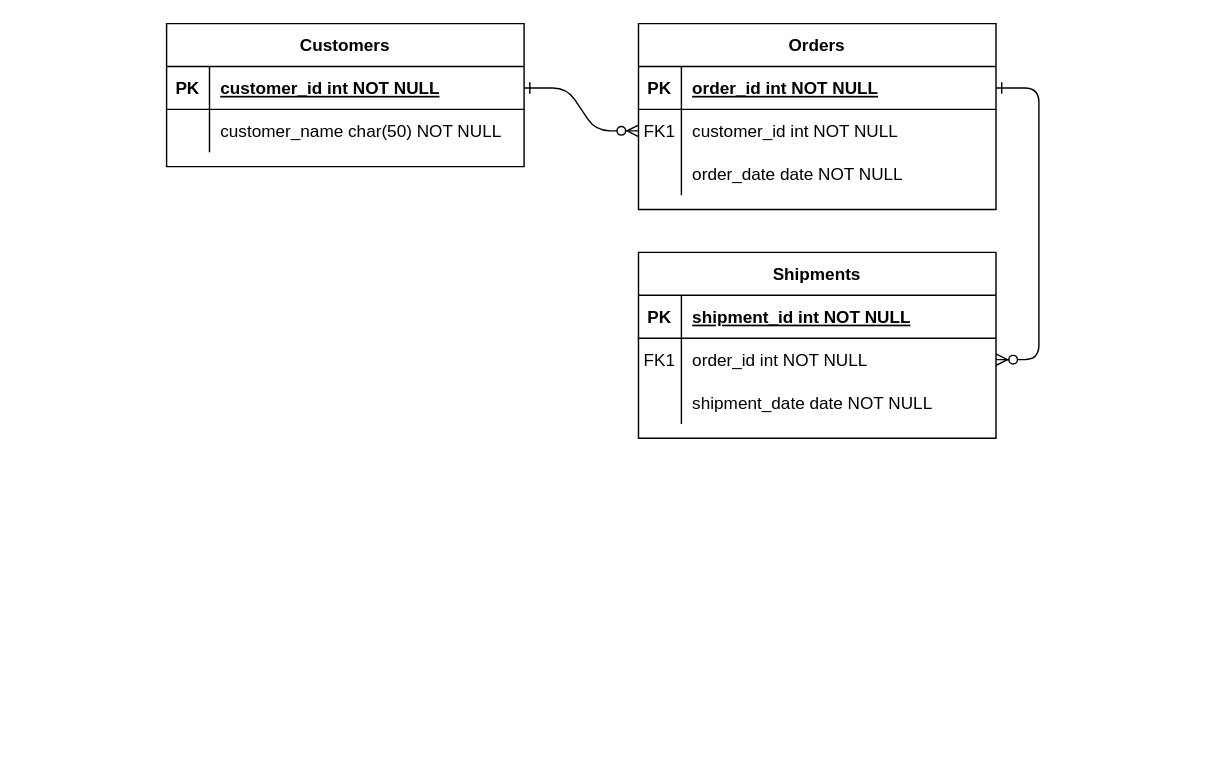
Above: datalogical_model.drawio in Zerumi/bd1_180223_367837 (draw.io), before the change. Source tidied: cells renumbered, new cells numbered last; positions are measured from the earlier drawing's top-left corner, leaving out a move shared by most shapes. Both pictures are drawn from the tidied source at 143%, with x=0, y=0 at pixel (166, 23).
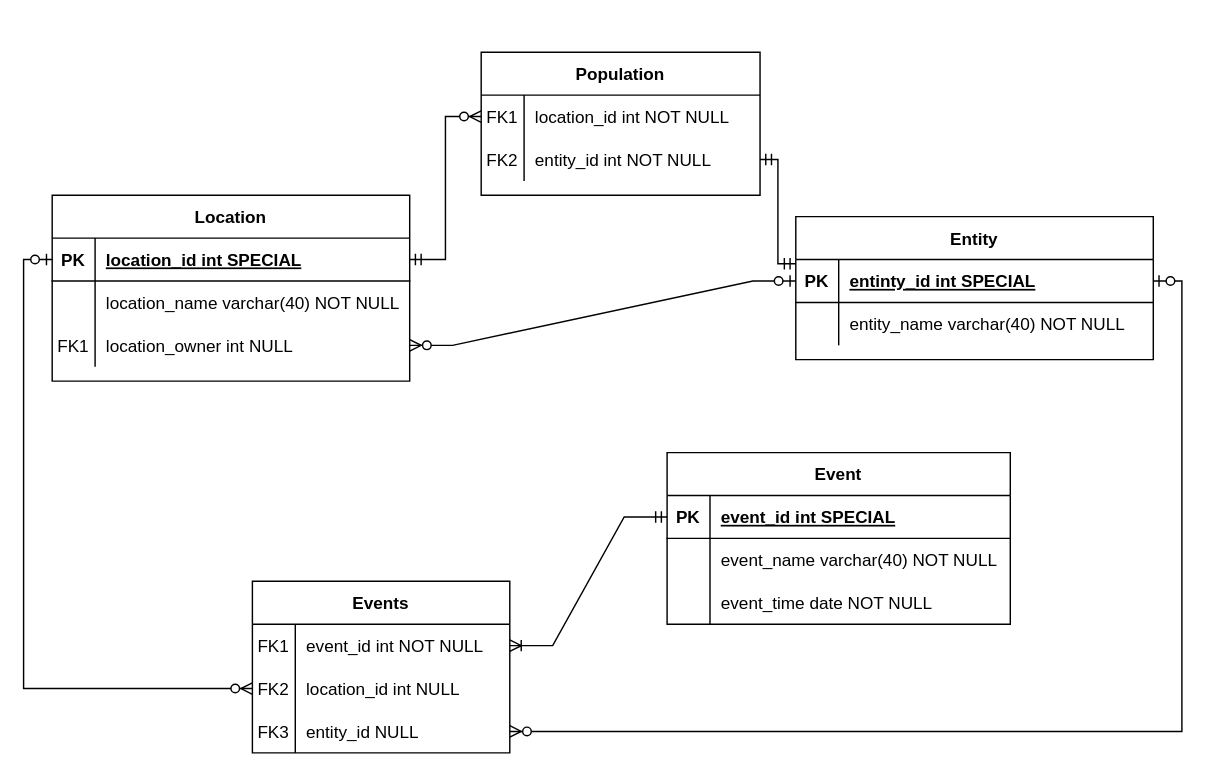
The same page after the edit.

Commit message:
datalogical_model

Unchanged cells that the change refers to:
```xml
<mxCell id="5" style="shape=partialRectangle;fillColor=none;points=[[0,0.5],[1,0.5]];portConstraint=eastwest;top=0;left=0;right=0;bottom=1;" parent="4" vertex="1">
  <mxGeometry y="30" width="250" height="30" as="geometry" />
</mxCell>
<mxCell id="8" style="shape=partialRectangle;fillColor=none;points=[[0,0.5],[1,0.5]];portConstraint=eastwest;top=0;left=0;right=0;bottom=0;" parent="4" vertex="1">
  <mxGeometry y="60" width="250" height="30" as="geometry" />
</mxCell>
<mxCell id="25" style="shape=partialRectangle;fillColor=none;points=[[0,0.5],[1,0.5]];portConstraint=eastwest;top=0;left=0;right=0;bottom=1;" parent="24" vertex="1">
  <mxGeometry y="30" width="250" height="30" as="geometry" />
</mxCell>
<mxCell id="28" style="shape=partialRectangle;fillColor=none;top=0;left=0;right=0;bottom=0;" parent="24" vertex="1">
  <mxGeometry y="60" width="250" height="30" as="geometry" />
</mxCell>
```

Change to the diagram source:
```diff
@@
-    <mxCell id="2" style="edgeStyle=entityRelationEdgeStyle;endArrow=ERzeroToMany;startArrow=ERone;endFill=1;startFill=0;" parent="1" edge="1" source="25" target="8">
-      <mxGeometry relative="1" as="geometry" />
-    </mxCell>
-    <mxCell id="3" style="edgeStyle=entityRelationEdgeStyle;endArrow=ERzeroToMany;startArrow=ERone;endFill=1;startFill=0;" parent="1" edge="1" source="5" target="18">
-      <mxGeometry relative="1" as="geometry" />
-    </mxCell>
-    <mxCell id="4" value="Orders" style="shape=table;startSize=30;childLayout=tableLayout;rowLines=0;fontStyle=1;align=center;" parent="1" vertex="1">
-      <mxGeometry x="330" width="250" height="130" as="geometry" />
+    <mxCell id="4" value="Entity" style="shape=table;startSize=30;childLayout=tableLayout;rowLines=0;fontStyle=1;align=center;" parent="1" vertex="1">
+      <mxGeometry x="440" y="135" width="250" height="100" as="geometry" />
     </mxCell>
@@
-    <mxCell id="7" value="order_id int NOT NULL " style="shape=partialRectangle;overflow=hidden;fillColor=none;top=0;left=0;bottom=0;right=0;align=left;spacingLeft=6;fontStyle=5;" parent="5" vertex="1">
+    <mxCell id="7" value="entinty_id int SPECIAL" style="shape=partialRectangle;overflow=hidden;fillColor=none;top=0;left=0;bottom=0;right=0;align=left;spacingLeft=6;fontStyle=5;" parent="5" vertex="1">
       <mxGeometry x="30" width="220" height="30" as="geometry" />
     </mxCell>
@@
-    <mxCell id="9" value="FK1" style="shape=partialRectangle;overflow=hidden;fillColor=none;top=0;left=0;bottom=0;right=0;" parent="8" vertex="1">
+    <mxCell id="9" style="shape=partialRectangle;overflow=hidden;fillColor=none;top=0;left=0;bottom=0;right=0;" parent="8" vertex="1">
       <mxGeometry width="30" height="30" as="geometry" />
     </mxCell>
-    <mxCell id="10" value="customer_id int NOT NULL" style="shape=partialRectangle;overflow=hidden;fillColor=none;top=0;left=0;bottom=0;right=0;align=left;spacingLeft=6;" parent="8" vertex="1">
+    <mxCell id="10" value="entity_name varchar(40) NOT NULL" style="shape=partialRectangle;overflow=hidden;fillColor=none;top=0;left=0;bottom=0;right=0;align=left;spacingLeft=6;" parent="8" vertex="1">
       <mxGeometry x="30" width="220" height="30" as="geometry" />
     </mxCell>
-    <mxCell id="11" style="shape=partialRectangle;fillColor=none;points=[[0,0.5],[1,0.5]];portConstraint=eastwest;top=0;left=0;right=0;bottom=0;" parent="4" vertex="1">
-      <mxGeometry y="90" width="250" height="30" as="geometry" />
-    </mxCell>
-    <mxCell id="12" style="shape=partialRectangle;overflow=hidden;fillColor=none;top=0;left=0;bottom=0;right=0;" parent="11" vertex="1">
-      <mxGeometry width="30" height="30" as="geometry" />
-    </mxCell>
-    <mxCell id="13" value="order_date date NOT NULL" style="shape=partialRectangle;overflow=hidden;fillColor=none;top=0;left=0;bottom=0;right=0;align=left;spacingLeft=6;" parent="11" vertex="1">
-      <mxGeometry x="30" width="220" height="30" as="geometry" />
-    </mxCell>
-    <mxCell id="14" value="Shipments" style="shape=table;startSize=30;childLayout=tableLayout;rowLines=0;fontStyle=1;align=center;" parent="1" vertex="1">
-      <mxGeometry x="330" y="160" width="250" height="130" as="geometry" />
+    <mxCell id="14" value="Population" style="shape=table;startSize=30;childLayout=tableLayout;rowLines=0;fontStyle=1;align=center;" parent="1" vertex="1">
+      <mxGeometry x="220" y="20" width="195" height="100" as="geometry" />
     </mxCell>
-    <mxCell id="15" style="shape=partialRectangle;fillColor=none;top=0;left=0;right=0;bottom=1;" parent="14" vertex="1">
-      <mxGeometry y="30" width="250" height="30" as="geometry" />
-    </mxCell>
-    <mxCell id="16" value="PK" style="shape=partialRectangle;overflow=hidden;fillColor=none;top=0;left=0;bottom=0;right=0;fontStyle=1;" parent="15" vertex="1">
-      <mxGeometry width="30" height="30" as="geometry" />
-    </mxCell>
-    <mxCell id="17" value="shipment_id int NOT NULL " style="shape=partialRectangle;overflow=hidden;fillColor=none;top=0;left=0;bottom=0;right=0;align=left;spacingLeft=6;fontStyle=5;" parent="15" vertex="1">
-      <mxGeometry x="30" width="220" height="30" as="geometry" />
-    </mxCell>
     <mxCell id="18" style="shape=partialRectangle;fillColor=none;points=[[0,0.5],[1,0.5]];portConstraint=eastwest;top=0;left=0;right=0;bottom=0;" parent="14" vertex="1">
-      <mxGeometry y="60" width="250" height="30" as="geometry" />
+      <mxGeometry y="30" width="195" height="30" as="geometry" />
     </mxCell>
@@
-    <mxCell id="20" value="order_id int NOT NULL" style="shape=partialRectangle;overflow=hidden;fillColor=none;top=0;left=0;bottom=0;right=0;align=left;spacingLeft=6;" parent="18" vertex="1">
-      <mxGeometry x="30" width="220" height="30" as="geometry" />
+    <mxCell id="20" value="location_id int NOT NULL" style="shape=partialRectangle;overflow=hidden;fillColor=none;top=0;left=0;bottom=0;right=0;align=left;spacingLeft=6;" parent="18" vertex="1">
+      <mxGeometry x="30" width="165" height="30" as="geometry" />
     </mxCell>
     <mxCell id="21" style="shape=partialRectangle;fillColor=none;points=[[0,0.5],[1,0.5]];portConstraint=eastwest;top=0;left=0;right=0;bottom=0;" parent="14" vertex="1">
-      <mxGeometry y="90" width="250" height="30" as="geometry" />
+      <mxGeometry y="60" width="195" height="30" as="geometry" />
     </mxCell>
-    <mxCell id="22" style="shape=partialRectangle;overflow=hidden;fillColor=none;top=0;left=0;bottom=0;right=0;" parent="21" vertex="1">
+    <mxCell id="22" value="FK2" style="shape=partialRectangle;overflow=hidden;fillColor=none;top=0;left=0;bottom=0;right=0;" parent="21" vertex="1">
       <mxGeometry width="30" height="30" as="geometry" />
     </mxCell>
-    <mxCell id="23" value="shipment_date date NOT NULL" style="shape=partialRectangle;overflow=hidden;fillColor=none;top=0;left=0;bottom=0;right=0;align=left;spacingLeft=6;" parent="21" vertex="1">
-      <mxGeometry x="30" width="220" height="30" as="geometry" />
+    <mxCell id="23" value="entity_id int NOT NULL" style="shape=partialRectangle;overflow=hidden;fillColor=none;top=0;left=0;bottom=0;right=0;align=left;spacingLeft=6;" parent="21" vertex="1">
+      <mxGeometry x="30" width="165" height="30" as="geometry" />
     </mxCell>
-    <mxCell id="24" value="Customers" style="shape=table;startSize=30;childLayout=tableLayout;rowLines=0;fontStyle=1;align=center;" parent="1" vertex="1">
-      <mxGeometry width="250" height="100" as="geometry" />
+    <mxCell id="24" value="Location" style="shape=table;startSize=30;childLayout=tableLayout;rowLines=0;fontStyle=1;align=center;" parent="1" vertex="1">
+      <mxGeometry x="-80" y="120" width="250" height="130" as="geometry" />
     </mxCell>
@@
-    <mxCell id="27" value="customer_id int NOT NULL " style="shape=partialRectangle;overflow=hidden;fillColor=none;top=0;left=0;bottom=0;right=0;align=left;spacingLeft=6;fontStyle=5;" parent="25" vertex="1">
+    <mxCell id="27" value="location_id int SPECIAL" style="shape=partialRectangle;overflow=hidden;fillColor=none;top=0;left=0;bottom=0;right=0;align=left;spacingLeft=6;fontStyle=5;" parent="25" vertex="1">
       <mxGeometry x="30" width="220" height="30" as="geometry" />
     </mxCell>
@@
-    <mxCell id="30" value="customer_name char(50) NOT NULL" style="shape=partialRectangle;overflow=hidden;fillColor=none;top=0;left=0;bottom=0;right=0;align=left;spacingLeft=6;" parent="28" vertex="1">
+    <mxCell id="30" value="location_name varchar(40) NOT NULL" style="shape=partialRectangle;overflow=hidden;fillColor=none;top=0;left=0;bottom=0;right=0;align=left;spacingLeft=6;" parent="28" vertex="1">
       <mxGeometry x="30" width="220" height="30" as="geometry" />
     </mxCell>
+    <mxCell id="11" style="shape=partialRectangle;fillColor=none;points=[[0,0.5],[1,0.5]];portConstraint=eastwest;top=0;left=0;right=0;bottom=0;" parent="24" vertex="1">
+      <mxGeometry y="90" width="250" height="30" as="geometry" />
+    </mxCell>
+    <mxCell id="31" value="FK1" style="shape=partialRectangle;overflow=hidden;fillColor=none;top=0;left=0;bottom=0;right=0;" parent="11" vertex="1">
+      <mxGeometry width="30" height="30" as="geometry" />
+    </mxCell>
+    <mxCell id="32" value="location_owner int NULL" style="shape=partialRectangle;overflow=hidden;fillColor=none;top=0;left=0;bottom=0;right=0;align=left;spacingLeft=6;" parent="11" vertex="1">
+      <mxGeometry x="30" width="220" height="30" as="geometry" />
+    </mxCell>
+    <mxCell id="33" value="Events" style="shape=table;startSize=30;childLayout=tableLayout;rowLines=0;fontStyle=1;align=center;" parent="1" vertex="1">
+      <mxGeometry x="60" y="390" width="180" height="120" as="geometry" />
+    </mxCell>
+    <mxCell id="34" style="shape=tableRow;horizontal=0;startSize=0;swimlaneHead=0;swimlaneBody=0;fillColor=none;points=[[0,0.5],[1,0.5]];portConstraint=eastwest;top=0;left=0;right=0;bottom=0;" parent="33" vertex="1">
+      <mxGeometry y="30" width="180" height="30" as="geometry" />
+    </mxCell>
+    <mxCell id="35" value="FK1" style="shape=partialRectangle;fillColor=none;top=0;left=0;bottom=0;right=0;overflow=hidden;" parent="34" vertex="1">
+      <mxGeometry width="30" height="30" as="geometry" />
+    </mxCell>
+    <mxCell id="36" value="event_id int NOT NULL" style="shape=partialRectangle;fillColor=none;top=0;left=0;bottom=0;right=0;align=left;spacingLeft=6;overflow=hidden;" parent="34" vertex="1">
+      <mxGeometry x="30" width="150" height="30" as="geometry" />
+    </mxCell>
+    <mxCell id="37" style="shape=tableRow;horizontal=0;startSize=0;swimlaneHead=0;swimlaneBody=0;fillColor=none;points=[[0,0.5],[1,0.5]];portConstraint=eastwest;top=0;left=0;right=0;bottom=0;" parent="33" vertex="1">
+      <mxGeometry y="60" width="180" height="30" as="geometry" />
+    </mxCell>
+    <mxCell id="38" value="FK2" style="shape=partialRectangle;fillColor=none;top=0;left=0;bottom=0;right=0;overflow=hidden;" parent="37" vertex="1">
+      <mxGeometry width="30" height="30" as="geometry" />
+    </mxCell>
+    <mxCell id="39" value="location_id int NULL" style="shape=partialRectangle;fillColor=none;top=0;left=0;bottom=0;right=0;align=left;spacingLeft=6;overflow=hidden;" parent="37" vertex="1">
+      <mxGeometry x="30" width="150" height="30" as="geometry" />
+    </mxCell>
+    <mxCell id="40" style="shape=tableRow;horizontal=0;startSize=0;swimlaneHead=0;swimlaneBody=0;fillColor=none;points=[[0,0.5],[1,0.5]];portConstraint=eastwest;top=0;left=0;right=0;bottom=0;" parent="33" vertex="1">
+      <mxGeometry y="90" width="180" height="30" as="geometry" />
+    </mxCell>
+    <mxCell id="41" value="FK3" style="shape=partialRectangle;fillColor=none;top=0;left=0;bottom=0;right=0;overflow=hidden;" parent="40" vertex="1">
+      <mxGeometry width="30" height="30" as="geometry" />
+    </mxCell>
+    <mxCell id="42" value="entity_id NULL" style="shape=partialRectangle;fillColor=none;top=0;left=0;bottom=0;right=0;align=left;spacingLeft=6;overflow=hidden;" parent="40" vertex="1">
+      <mxGeometry x="30" width="150" height="30" as="geometry" />
+    </mxCell>
+    <mxCell id="43" value="Event" style="shape=table;startSize=30;childLayout=tableLayout;rowLines=0;fontStyle=1;align=center;" parent="1" vertex="1">
+      <mxGeometry x="350" y="300" width="240" height="120" as="geometry" />
+    </mxCell>
+    <mxCell id="44" style="shape=tableRow;horizontal=0;startSize=0;swimlaneHead=0;swimlaneBody=0;fillColor=none;points=[[0,0.5],[1,0.5]];portConstraint=eastwest;top=0;left=0;right=0;bottom=1;" parent="43" vertex="1">
+      <mxGeometry y="30" width="240" height="30" as="geometry" />
+    </mxCell>
+    <mxCell id="16" value="PK" style="shape=partialRectangle;fillColor=none;top=0;left=0;bottom=0;right=0;fontStyle=1;overflow=hidden;" parent="44" vertex="1">
+      <mxGeometry width="30" height="30" as="geometry" />
+    </mxCell>
+    <mxCell id="45" value="event_id int SPECIAL" style="shape=partialRectangle;fillColor=none;top=0;left=0;bottom=0;right=0;align=left;spacingLeft=6;fontStyle=5;overflow=hidden;" parent="44" vertex="1">
+      <mxGeometry x="30" width="210" height="30" as="geometry" />
+    </mxCell>
+    <mxCell id="46" style="shape=tableRow;horizontal=0;startSize=0;swimlaneHead=0;swimlaneBody=0;fillColor=none;top=0;left=0;right=0;bottom=0;" parent="43" vertex="1">
+      <mxGeometry y="60" width="240" height="30" as="geometry" />
+    </mxCell>
+    <mxCell id="47" style="shape=partialRectangle;fillColor=none;top=0;left=0;bottom=0;right=0;overflow=hidden;" parent="46" vertex="1">
+      <mxGeometry width="30" height="30" as="geometry" />
+    </mxCell>
+    <mxCell id="48" value="event_name varchar(40) NOT NULL" style="shape=partialRectangle;fillColor=none;top=0;left=0;bottom=0;right=0;align=left;spacingLeft=6;overflow=hidden;" parent="46" vertex="1">
+      <mxGeometry x="30" width="210" height="30" as="geometry" />
+    </mxCell>
+    <mxCell id="49" style="shape=tableRow;horizontal=0;startSize=0;swimlaneHead=0;swimlaneBody=0;fillColor=none;top=0;left=0;right=0;bottom=0;" parent="43" vertex="1">
+      <mxGeometry y="90" width="240" height="30" as="geometry" />
+    </mxCell>
+    <mxCell id="50" style="shape=partialRectangle;fillColor=none;top=0;left=0;bottom=0;right=0;overflow=hidden;" parent="49" vertex="1">
+      <mxGeometry width="30" height="30" as="geometry" />
+    </mxCell>
+    <mxCell id="51" value="event_time date NOT NULL" style="shape=partialRectangle;fillColor=none;top=0;left=0;bottom=0;right=0;align=left;spacingLeft=6;overflow=hidden;" parent="49" vertex="1">
+      <mxGeometry x="30" width="210" height="30" as="geometry" />
+    </mxCell>
+    <mxCell id="52" style="edgeStyle=orthogonalEdgeStyle;fontSize=12;html=1;endArrow=ERzeroToMany;startArrow=ERzeroToOne;rounded=0;exitX=0;exitY=0.5;exitDx=0;exitDy=0;" parent="1" edge="1" source="25" target="37">
+      <mxGeometry relative="1" as="geometry">
+        <Array as="points">
+          <mxPoint x="-100" y="165" />
+          <mxPoint x="-100" y="465" />
+        </Array>
+      </mxGeometry>
+    </mxCell>
+    <mxCell id="53" style="edgeStyle=orthogonalEdgeStyle;fontSize=12;html=1;endArrow=ERzeroToMany;startArrow=ERzeroToOne;rounded=0;exitX=1;exitY=0.5;exitDx=0;exitDy=0;" parent="1" edge="1" source="5" target="40">
+      <mxGeometry relative="1" as="geometry">
+        <Array as="points">
+          <mxPoint x="710" y="180" />
+          <mxPoint x="710" y="495" />
+        </Array>
+      </mxGeometry>
+    </mxCell>
+    <mxCell id="54" style="edgeStyle=entityRelationEdgeStyle;fontSize=12;html=1;endArrow=ERoneToMany;startArrow=ERmandOne;rounded=0;" parent="1" edge="1" source="44" target="34">
+      <mxGeometry relative="1" as="geometry" />
+    </mxCell>
+    <mxCell id="55" style="edgeStyle=entityRelationEdgeStyle;fontSize=12;html=1;endArrow=ERzeroToMany;startArrow=ERzeroToOne;rounded=0;" parent="1" edge="1" source="5" target="11">
+      <mxGeometry relative="1" as="geometry" />
+    </mxCell>
+    <mxCell id="56" style="edgeStyle=orthogonalEdgeStyle;fontSize=12;html=1;endArrow=ERmandOne;startArrow=ERmandOne;rounded=0;entryX=0;entryY=0.1;entryDx=0;entryDy=0;entryPerimeter=0;" parent="1" edge="1" source="21" target="5">
+      <mxGeometry relative="1" as="geometry" />
+    </mxCell>
+    <mxCell id="57" style="edgeStyle=orthogonalEdgeStyle;fontSize=12;html=1;endArrow=ERzeroToMany;startArrow=ERmandOne;rounded=0;" parent="1" edge="1" source="25" target="18">
+      <mxGeometry relative="1" as="geometry" />
+    </mxCell>
```
